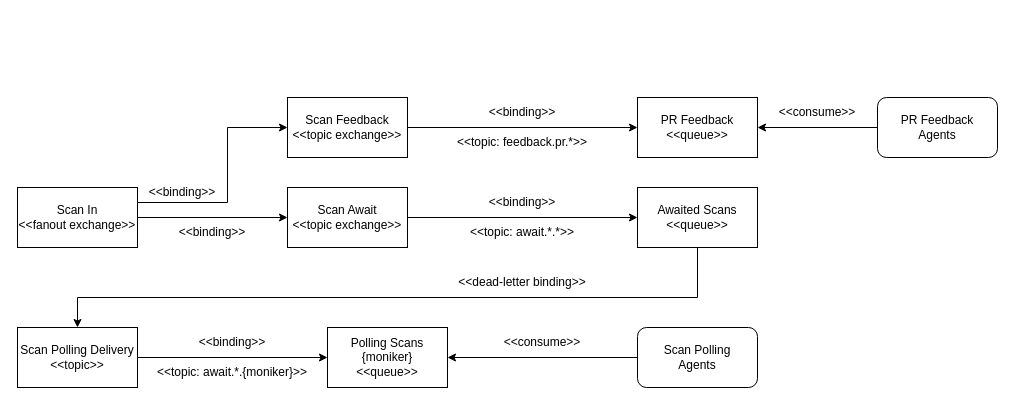
checkmarx-ts/cxone-flow keeps this draw.io diagram as page "Queue" (2 of 2) of manual/graphics/cxoneflow-diagrams.drawio. Above is the earlier version. Source tidied: cells renumbered, new cells numbered last; positions are measured from the earlier drawing's top-left corner, leaving out a move shared by most shapes. Both pictures are drawn from the tidied source at 100%, with x=0, y=0 at pixel (17, 97).
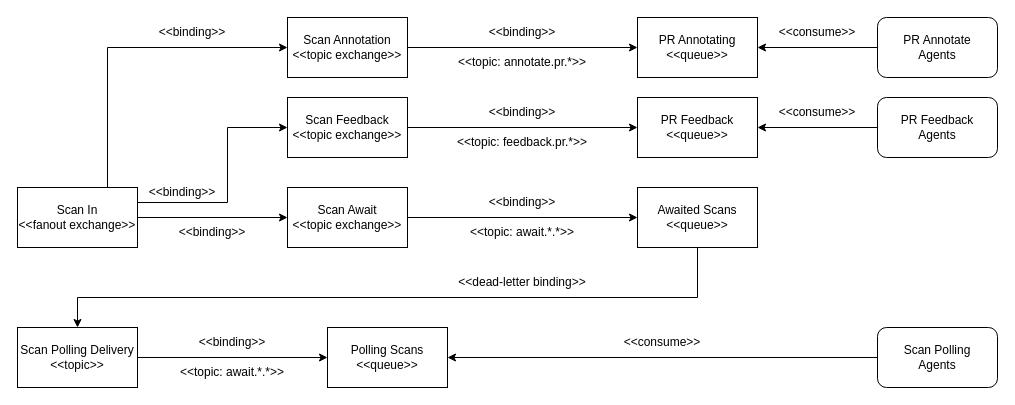
Above is the later version.

Commit message:
doc queue schema

Unchanged cells that the change refers to:
```xml
<mxCell id="3" value="Scan In&lt;div&gt;&amp;lt;&amp;lt;fanout exchange&amp;gt;&amp;gt;&lt;/div&gt;" style="rounded=0;whiteSpace=wrap;html=1;" parent="1" vertex="1">
  <mxGeometry y="90" width="120" height="60" as="geometry" />
</mxCell>
```

Diff of the diagram source:
```diff
@@
-    <mxCell id="7" value="Polling Scans {moniker}&lt;div&gt;&amp;lt;&amp;lt;queue&amp;gt;&amp;gt;&lt;/div&gt;" style="rounded=0;whiteSpace=wrap;html=1;" parent="1" vertex="1">
+    <mxCell id="7" value="Polling Scans&lt;div&gt;&amp;lt;&amp;lt;queue&amp;gt;&amp;gt;&lt;/div&gt;" style="rounded=0;whiteSpace=wrap;html=1;" parent="1" vertex="1">
       <mxGeometry x="310" y="230" width="120" height="60" as="geometry" />
     </mxCell>
@@
-    <mxCell id="16" value="&lt;div&gt;&lt;span style=&quot;background-color: initial;&quot;&gt;&amp;lt;&amp;lt;topic: await.*.{moniker}&amp;gt;&amp;gt;&lt;/span&gt;&lt;br&gt;&lt;/div&gt;" style="text;html=1;align=center;verticalAlign=middle;whiteSpace=wrap;rounded=0;" parent="1" vertex="1">
+    <mxCell id="16" value="&lt;div&gt;&lt;span style=&quot;background-color: initial;&quot;&gt;&amp;lt;&amp;lt;topic: await.*.*&amp;gt;&amp;gt;&lt;/span&gt;&lt;br&gt;&lt;/div&gt;" style="text;html=1;align=center;verticalAlign=middle;whiteSpace=wrap;rounded=0;" parent="1" vertex="1">
       <mxGeometry x="120" y="260" width="190" height="30" as="geometry" />
     </mxCell>
     <mxCell id="17" value="Scan Polling&lt;div&gt;Agents&lt;/div&gt;" style="rounded=1;whiteSpace=wrap;html=1;" parent="1" vertex="1">
-      <mxGeometry x="620" y="230" width="120" height="60" as="geometry" />
+      <mxGeometry x="860" y="230" width="120" height="60" as="geometry" />
     </mxCell>
@@
     <mxCell id="19" value="&amp;lt;&amp;lt;consume&amp;gt;&amp;gt;" style="text;html=1;align=center;verticalAlign=middle;whiteSpace=wrap;rounded=0;" parent="1" vertex="1">
-      <mxGeometry x="430" y="230" width="190" height="30" as="geometry" />
+      <mxGeometry x="430" y="230" width="430" height="30" as="geometry" />
     </mxCell>
@@
+    <mxCell id="30" value="Scan Annotation&lt;div&gt;&amp;lt;&amp;lt;topic exchange&amp;gt;&amp;gt;&lt;/div&gt;" style="rounded=0;whiteSpace=wrap;html=1;" parent="1" vertex="1">
+      <mxGeometry x="270" y="-80" width="120" height="60" as="geometry" />
+    </mxCell>
+    <mxCell id="31" value="PR Annotating&lt;div&gt;&amp;lt;&amp;lt;queue&amp;gt;&amp;gt;&lt;/div&gt;" style="rounded=0;whiteSpace=wrap;html=1;" parent="1" vertex="1">
+      <mxGeometry x="620" y="-80" width="120" height="60" as="geometry" />
+    </mxCell>
+    <mxCell id="32" style="endArrow=classic;html=1;rounded=0;entryX=0;entryY=0.5;entryDx=0;entryDy=0;exitX=1;exitY=0.5;exitDx=0;exitDy=0;" parent="1" edge="1" source="30" target="31">
+      <mxGeometry relative="1" as="geometry" />
+    </mxCell>
+    <mxCell id="33" style="endArrow=classic;html=1;rounded=0;exitX=0.75;exitY=0;exitDx=0;exitDy=0;entryX=0;entryY=0.5;entryDx=0;entryDy=0;" parent="1" edge="1" source="3" target="30">
+      <mxGeometry relative="1" as="geometry">
+        <Array as="points">
+          <mxPoint x="90" y="-50" />
+        </Array>
+      </mxGeometry>
+    </mxCell>
+    <mxCell id="34" value="&amp;lt;&amp;lt;binding&amp;gt;&amp;gt;" style="text;html=1;align=center;verticalAlign=middle;whiteSpace=wrap;rounded=0;" parent="1" vertex="1">
+      <mxGeometry x="130" y="-80" width="90" height="30" as="geometry" />
+    </mxCell>
+    <mxCell id="35" value="&amp;lt;&amp;lt;binding&amp;gt;&amp;gt;" style="text;html=1;align=center;verticalAlign=middle;whiteSpace=wrap;rounded=0;" parent="1" vertex="1">
+      <mxGeometry x="390" y="-80" width="230" height="30" as="geometry" />
+    </mxCell>
+    <mxCell id="36" value="&lt;div&gt;&lt;span style=&quot;background-color: initial;&quot;&gt;&amp;lt;&amp;lt;topic: annotate.pr.*&amp;gt;&amp;gt;&lt;/span&gt;&lt;br&gt;&lt;/div&gt;" style="text;html=1;align=center;verticalAlign=middle;whiteSpace=wrap;rounded=0;" parent="1" vertex="1">
+      <mxGeometry x="390" y="-50" width="230" height="30" as="geometry" />
+    </mxCell>
+    <mxCell id="37" value="PR Annotate&lt;div&gt;Agents&lt;/div&gt;" style="rounded=1;whiteSpace=wrap;html=1;" parent="1" vertex="1">
+      <mxGeometry x="860" y="-80" width="120" height="60" as="geometry" />
+    </mxCell>
+    <mxCell id="38" style="endArrow=classic;html=1;rounded=0;entryX=1;entryY=0.5;entryDx=0;entryDy=0;exitX=0;exitY=0.5;exitDx=0;exitDy=0;" parent="1" edge="1" source="37" target="31">
+      <mxGeometry relative="1" as="geometry" />
+    </mxCell>
+    <mxCell id="39" value="&amp;lt;&amp;lt;consume&amp;gt;&amp;gt;" style="text;html=1;align=center;verticalAlign=middle;whiteSpace=wrap;rounded=0;" parent="1" vertex="1">
+      <mxGeometry x="740" y="-80" width="120" height="30" as="geometry" />
+    </mxCell>
```
